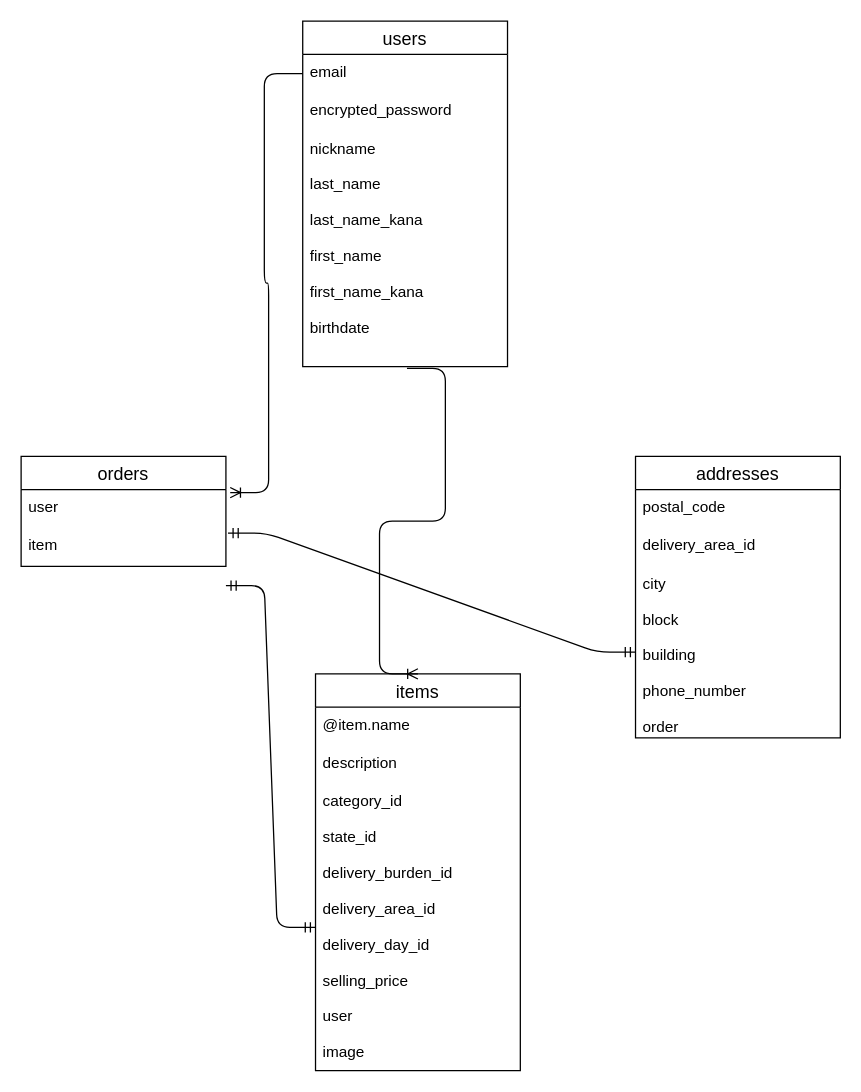
Earlier version of the draw.io diagram ER .dio (nakajima-2019/furima-36090). Source tidied: cells renumbered, new cells numbered last; positions are measured from the earlier drawing's top-left corner, leaving out a move shared by most shapes. Both pictures are drawn from the tidied source at 128%, with x=0, y=0 at pixel (20, 20).
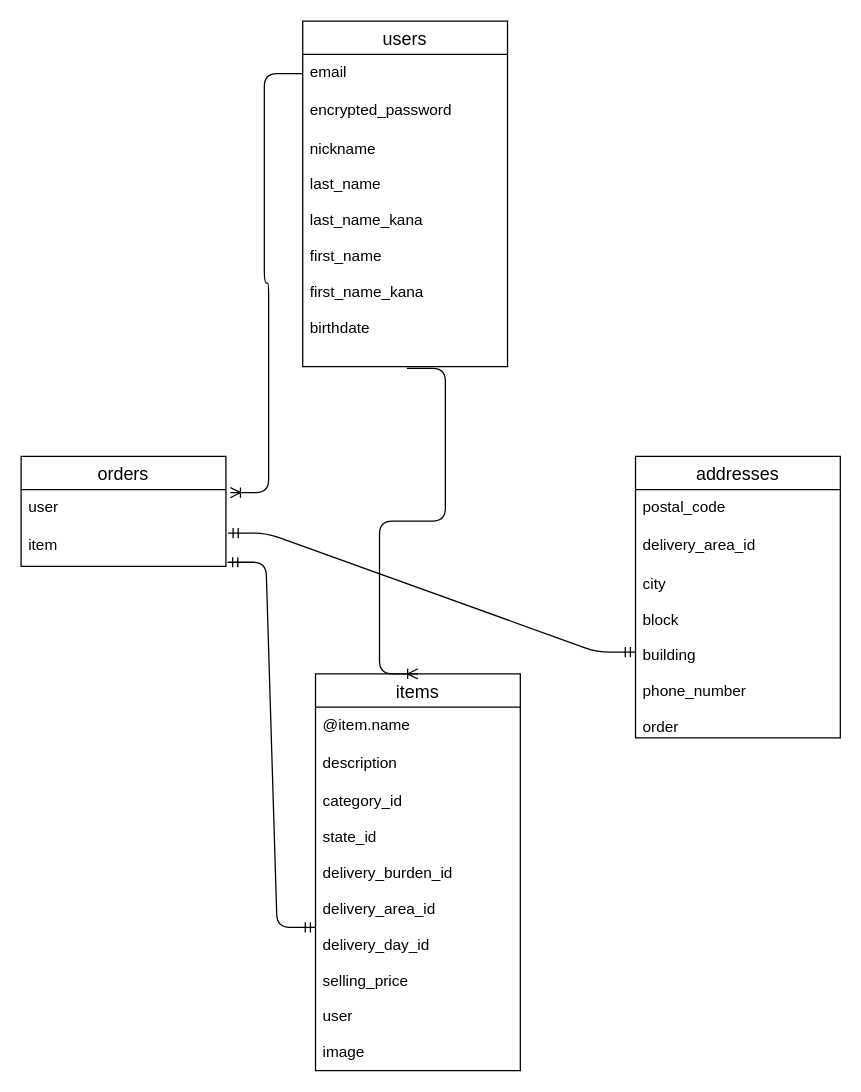
The same page after the edit.

Commit message (it also covers changes not shown here):
データベース７

The change refers to these unchanged cells:
```xml
<mxCell id="9" value="category_id&#10;&#10;state_id&#10;&#10;delivery_burden_id&#10;&#10;delivery_area_id&#10;&#10;delivery_day_id&#10;&#10;selling_price&#10;&#10;user&#10;&#10;image" style="text;strokeColor=none;fillColor=none;spacingLeft=4;spacingRight=4;overflow=hidden;points=[[0,0.5],[1,0.5]];portConstraint=eastwest;fontSize=12;" parent="6" vertex="1">
  <mxGeometry y="86" width="160" height="224" as="geometry" />
</mxCell>
<mxCell id="12" value="item" style="text;strokeColor=none;fillColor=none;spacingLeft=4;spacingRight=4;overflow=hidden;points=[[0,0.5],[1,0.5]];portConstraint=eastwest;fontSize=12;" parent="10" vertex="1">
  <mxGeometry y="56" width="160" height="30" as="geometry" />
</mxCell>
```

What changed in the source:
```diff
@@
-    <mxCell id="20" style="edgeStyle=entityRelationEdgeStyle;fontSize=12;html=1;endArrow=ERmandOne;startArrow=ERmandOne;entryX=0;entryY=0.5;entryDx=0;entryDy=0;exitX=1;exitY=0.5;exitDx=0;exitDy=0;" parent="1" edge="1" target="9">
-      <mxGeometry relative="1" as="geometry">
-        <mxPoint x="160" y="441" as="sourcePoint" />
-      </mxGeometry>
+    <mxCell id="20" style="edgeStyle=entityRelationEdgeStyle;fontSize=12;html=1;endArrow=ERmandOne;startArrow=ERmandOne;entryX=0;entryY=0.5;entryDx=0;entryDy=0;exitX=1.008;exitY=0.892;exitDx=0;exitDy=0;exitPerimeter=0;" parent="1" edge="1" source="12" target="9">
+      <mxGeometry relative="1" as="geometry" />
     </mxCell>
```
